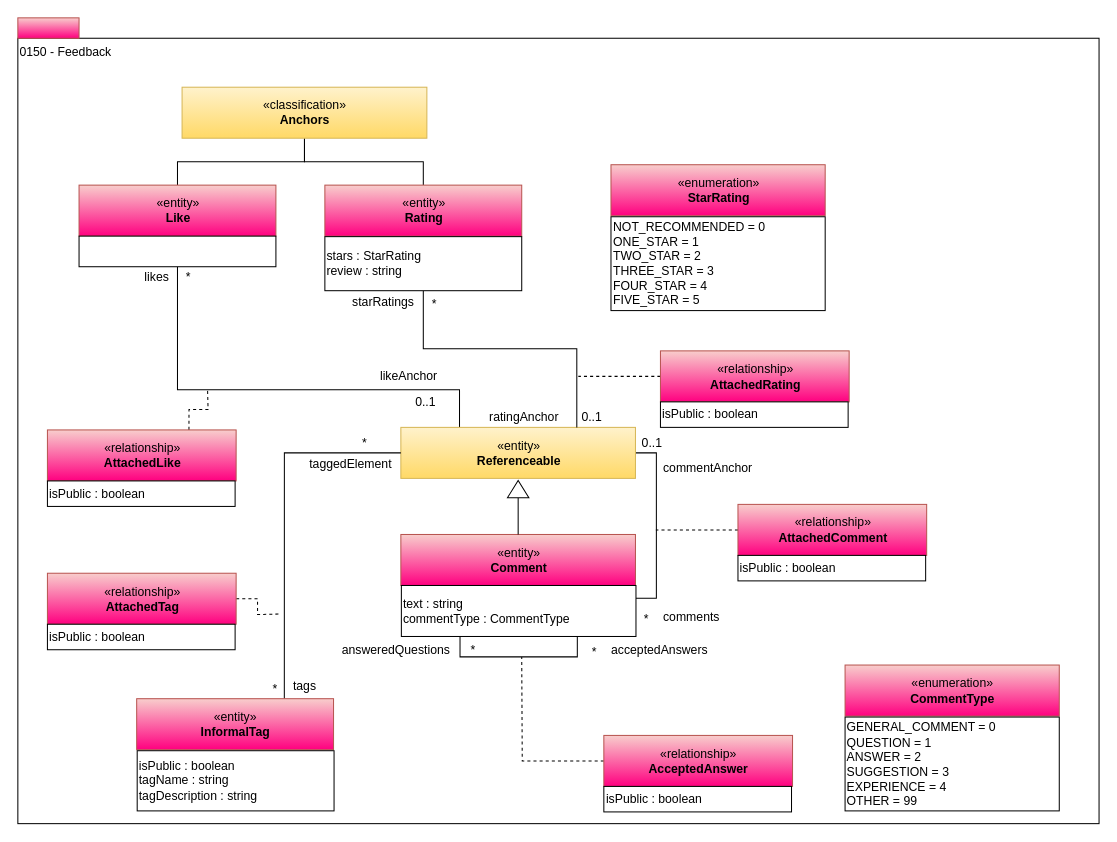
Earlier version of the draw.io diagram page "0150-Feedback" (11 of 13) of open-metadata-publication/website/open-metadata-types/area-1-collaboration.drawio (odpi/egeria). Source tidied: cells renumbered, new cells numbered last; positions are measured from the earlier drawing's top-left corner, leaving out a move shared by most shapes. Both pictures are drawn from the tidied source at 102%, with x=0, y=0 at pixel (17, 17).
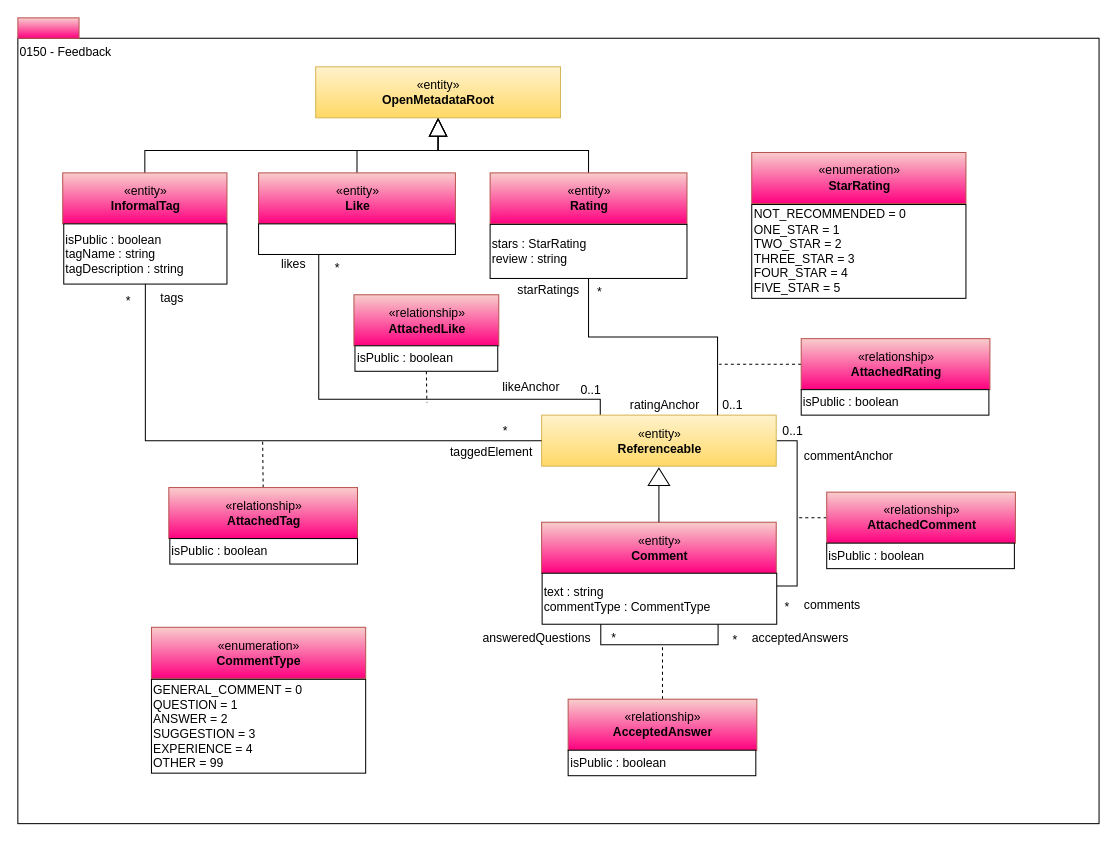
Above is the later version.

Change to the diagram source:
```diff
@@
     <mxCell id="3" value="«entity»&lt;br&gt;&lt;b&gt;Comment&lt;/b&gt;" style="html=1;strokeColor=#b85450;align=center;fillColor=#f8cecc;gradientColor=#FF0080;" parent="1" vertex="1">
-      <mxGeometry x="375.5" y="506.5" width="230" height="50" as="geometry" />
+      <mxGeometry x="513.5" y="494.5" width="230" height="50" as="geometry" />
     </mxCell>
@@
     <mxCell id="6" value="text : string&lt;br&gt;commentType : CommentType" style="rounded=0;whiteSpace=wrap;html=1;align=left;" parent="1" vertex="1">
-      <mxGeometry x="376" y="556.5" width="230" height="50" as="geometry" />
+      <mxGeometry x="514" y="544.5" width="230" height="50" as="geometry" />
     </mxCell>
@@
     <mxCell id="8" style="triangle;whiteSpace=wrap;html=1;strokeColor=#000000;gradientColor=#ffffff;align=center;rotation=-90;" parent="1" vertex="1">
-      <mxGeometry x="482" y="451.5" width="17" height="21" as="geometry" />
+      <mxGeometry x="620" y="439.5" width="17" height="21" as="geometry" />
     </mxCell>
-    <mxCell id="9" style="edgeStyle=orthogonalEdgeStyle;rounded=0;jettySize=auto;html=1;exitX=0.5;exitY=0;exitDx=0;exitDy=0;endArrow=none;endFill=0;" parent="1" edge="1" source="10" target="61">
-      <mxGeometry relative="1" as="geometry" />
-    </mxCell>
+    <mxCell id="62" style="edgeStyle=orthogonalEdgeStyle;rounded=0;jettySize=auto;html=1;exitX=0.5;exitY=0;exitDx=0;exitDy=0;entryX=0.5;entryY=1;entryDx=0;entryDy=0;endArrow=block;endFill=0;endSize=16;" parent="1" edge="1" source="10" target="65">
+      <mxGeometry relative="1" as="geometry" />
+    </mxCell>
     <mxCell id="10" value="«entity»&lt;br&gt;&lt;b&gt;Like&lt;/b&gt;" style="html=1;strokeColor=#b85450;align=center;fillColor=#f8cecc;gradientColor=#FF0080;" parent="1" vertex="1">
-      <mxGeometry x="60" y="164" width="193" height="50" as="geometry" />
+      <mxGeometry x="236" y="152" width="193" height="50" as="geometry" />
     </mxCell>
     <mxCell id="11" style="edgeStyle=orthogonalEdgeStyle;rounded=0;html=1;exitX=0.5;exitY=1;entryX=0.25;entryY=0;endArrow=none;endFill=0;jettySize=auto;" parent="1" edge="1" source="12" target="17">
       <mxGeometry relative="1" as="geometry">
         <Array as="points">
-          <mxPoint x="156" y="364.5" />
-          <mxPoint x="433" y="364.5" />
+          <mxPoint x="295" y="374" />
+          <mxPoint x="571" y="374" />
         </Array>
       </mxGeometry>
     </mxCell>
     <mxCell id="12" style="rounded=0;whiteSpace=wrap;html=1;align=left;" parent="1" vertex="1">
-      <mxGeometry x="60" y="214" width="193" height="30" as="geometry" />
+      <mxGeometry x="236" y="202" width="193" height="30" as="geometry" />
     </mxCell>
     <mxCell id="13" style="edgeStyle=orthogonalEdgeStyle;rounded=0;html=1;exitX=0;exitY=0.5;endArrow=none;endFill=0;jettySize=auto;dashed=1;" parent="1" edge="1" source="14">
       <mxGeometry relative="1" as="geometry">
-        <mxPoint x="625.5" y="502" as="targetPoint" />
+        <mxPoint x="763.5" y="490" as="targetPoint" />
       </mxGeometry>
     </mxCell>
     <mxCell id="14" value="«relationship»&lt;br&gt;&lt;b&gt;AttachedComment&lt;/b&gt;" style="html=1;strokeColor=#b85450;align=center;fillColor=#f8cecc;gradientColor=#FF0080;" parent="1" vertex="1">
-      <mxGeometry x="706" y="477" width="185" height="50" as="geometry" />
+      <mxGeometry x="793" y="465" width="185" height="50" as="geometry" />
     </mxCell>
     <mxCell id="15" value="*" style="text;html=1;align=center;verticalAlign=top;spacingTop=-4;" parent="1" vertex="1">
-      <mxGeometry x="605.5" y="579.5" width="20" height="20" as="geometry" />
+      <mxGeometry x="743.5" y="567.5" width="20" height="20" as="geometry" />
     </mxCell>
     <mxCell id="16" value="*" style="text;html=1;align=center;verticalAlign=top;spacingTop=-4;" parent="1" vertex="1">
-      <mxGeometry x="397.5" y="271" width="20" height="20" as="geometry" />
+      <mxGeometry x="559.5" y="259" width="20" height="20" as="geometry" />
     </mxCell>
     <mxCell id="17" value="«entity»&lt;br&gt;&lt;b&gt;Referenceable&lt;/b&gt;" style="html=1;strokeColor=#d6b656;align=center;fillColor=#fff2cc;gradientColor=#ffd966;" parent="1" vertex="1">
-      <mxGeometry x="375.5" y="401.5" width="230" height="50" as="geometry" />
+      <mxGeometry x="513.5" y="389.5" width="230" height="50" as="geometry" />
     </mxCell>
     <mxCell id="18" value="isPublic : boolean" style="rounded=0;whiteSpace=wrap;html=1;strokeColor=#000000;gradientColor=#ffffff;align=left;" parent="1" vertex="1">
-      <mxGeometry x="706" y="527" width="184" height="25" as="geometry" />
+      <mxGeometry x="793" y="515" width="184" height="25" as="geometry" />
     </mxCell>
     <mxCell id="19" value="starRatings" style="text;html=1;align=center;verticalAlign=top;spacingTop=-4;" parent="1" vertex="1">
-      <mxGeometry x="317.5" y="269" width="80" height="20" as="geometry" />
+      <mxGeometry x="479.5" y="257" width="80" height="20" as="geometry" />
     </mxCell>
     <mxCell id="20" value="comments" style="text;html=1;align=left;verticalAlign=top;spacingTop=-4;" parent="1" vertex="1">
-      <mxGeometry x="631" y="577.5" width="70" height="20" as="geometry" />
+      <mxGeometry x="769" y="565.5" width="70" height="20" as="geometry" />
     </mxCell>
     <mxCell id="21" value="«enumeration»&lt;br&gt;&lt;span&gt;&lt;b&gt;CommentType&lt;/b&gt;&lt;/span&gt;&lt;br&gt;" style="html=1;strokeColor=#b85450;align=center;fillColor=#f8cecc;gradientColor=#FF0080;" parent="1" vertex="1">
-      <mxGeometry x="811" y="634.5" width="210" height="50" as="geometry" />
+      <mxGeometry x="131" y="597.5" width="210" height="50" as="geometry" />
     </mxCell>
     <mxCell id="22" value="&lt;div style=&quot;text-align: left&quot;&gt;GENERAL_COMMENT = 0&lt;/div&gt;&lt;div style=&quot;text-align: left&quot;&gt;QUESTION = 1&lt;/div&gt;&lt;div style=&quot;text-align: left&quot;&gt;ANSWER = 2&lt;/div&gt;&lt;div style=&quot;text-align: left&quot;&gt;SUGGESTION = 3&lt;/div&gt;&lt;div style=&quot;text-align: left&quot;&gt;&lt;span&gt;EXPERIENCE = 4&lt;/span&gt;&lt;/div&gt;&lt;div style=&quot;text-align: left&quot;&gt;&lt;span&gt;OTHER = 99&lt;/span&gt;&lt;br&gt;&lt;/div&gt;" style="rounded=0;whiteSpace=wrap;html=1;strokeColor=#000000;gradientColor=#ffffff;align=left;" parent="1" vertex="1">
-      <mxGeometry x="811" y="685.5" width="210" height="92" as="geometry" />
+      <mxGeometry x="131" y="648.5" width="210" height="92" as="geometry" />
     </mxCell>
     <mxCell id="23" value="«enumeration»&lt;br&gt;&lt;span&gt;&lt;b&gt;StarRating&lt;/b&gt;&lt;/span&gt;&lt;br&gt;" style="html=1;strokeColor=#b85450;align=center;fillColor=#f8cecc;gradientColor=#FF0080;" parent="1" vertex="1">
-      <mxGeometry x="581.5" y="144" width="210" height="50" as="geometry" />
+      <mxGeometry x="719.5" y="132" width="210" height="50" as="geometry" />
     </mxCell>
     <mxCell id="24" value="&lt;div style=&quot;text-align: left&quot;&gt;NOT_RECOMMENDED = 0&lt;/div&gt;&lt;div style=&quot;text-align: left&quot;&gt;ONE_STAR = 1&lt;/div&gt;&lt;div style=&quot;text-align: left&quot;&gt;TWO_STAR = 2&lt;/div&gt;&lt;div style=&quot;text-align: left&quot;&gt;THREE_STAR = 3&lt;/div&gt;&lt;div style=&quot;text-align: left&quot;&gt;&lt;span&gt;FOUR_STAR = 4&lt;/span&gt;&lt;/div&gt;&lt;div style=&quot;text-align: left&quot;&gt;&lt;span&gt;FIVE_STAR = 5&lt;/span&gt;&lt;br&gt;&lt;/div&gt;" style="rounded=0;whiteSpace=wrap;html=1;strokeColor=#000000;gradientColor=#ffffff;align=left;" parent="1" vertex="1">
-      <mxGeometry x="581.5" y="195" width="210" height="92" as="geometry" />
+      <mxGeometry x="719.5" y="183" width="210" height="92" as="geometry" />
     </mxCell>
     <mxCell id="25" value="0..1" style="text;html=1;align=left;verticalAlign=top;spacingTop=-4;" parent="1" vertex="1">
-      <mxGeometry x="610" y="406.5" width="40" height="20" as="geometry" />
+      <mxGeometry x="748" y="394.5" width="40" height="20" as="geometry" />
     </mxCell>
     <mxCell id="26" value="commentAnchor" style="text;html=1;align=left;verticalAlign=top;spacingTop=-4;" parent="1" vertex="1">
-      <mxGeometry x="631" y="431.5" width="100" height="20" as="geometry" />
+      <mxGeometry x="769" y="419.5" width="100" height="20" as="geometry" />
     </mxCell>
     <mxCell id="27" style="edgeStyle=orthogonalEdgeStyle;rounded=0;html=1;exitX=0;exitY=0.5;endArrow=none;endFill=0;jettySize=auto;dashed=1;" parent="1" edge="1" source="28">
       <mxGeometry relative="1" as="geometry">
-        <mxPoint x="549.5" y="351.5" as="targetPoint" />
+        <mxPoint x="687.5" y="339.5" as="targetPoint" />
       </mxGeometry>
     </mxCell>
     <mxCell id="28" value="«relationship»&lt;br&gt;&lt;b&gt;AttachedRating&lt;/b&gt;" style="html=1;strokeColor=#b85450;align=center;fillColor=#f8cecc;gradientColor=#FF0080;" parent="1" vertex="1">
-      <mxGeometry x="630" y="326.5" width="185" height="50" as="geometry" />
+      <mxGeometry x="768" y="314.5" width="185" height="50" as="geometry" />
     </mxCell>
     <mxCell id="29" value="&lt;span&gt;isPublic : boolean&lt;/span&gt;" style="rounded=0;whiteSpace=wrap;html=1;strokeColor=#000000;gradientColor=#ffffff;align=left;" parent="1" vertex="1">
-      <mxGeometry x="630" y="376.5" width="184" height="25" as="geometry" />
+      <mxGeometry x="768" y="364.5" width="184" height="25" as="geometry" />
     </mxCell>
-    <mxCell id="30" style="edgeStyle=orthogonalEdgeStyle;rounded=0;html=1;exitX=0.75;exitY=0;endArrow=none;endFill=0;jettySize=auto;dashed=1;" parent="1" edge="1" source="31">
+    <mxCell id="30" style="edgeStyle=orthogonalEdgeStyle;rounded=0;html=1;exitX=0.5;exitY=1;endArrow=none;endFill=0;jettySize=auto;dashed=1;exitDx=0;exitDy=0;" parent="1" edge="1" source="32">
       <mxGeometry relative="1" as="geometry">
-        <mxPoint x="186" y="364.5" as="targetPoint" />
+        <mxPoint x="401" y="377" as="targetPoint" />
       </mxGeometry>
     </mxCell>
     <mxCell id="31" value="«relationship»&lt;br&gt;&lt;b&gt;AttachedLike&lt;/b&gt;" style="html=1;strokeColor=#b85450;align=center;fillColor=#f8cecc;gradientColor=#FF0080;" parent="1" vertex="1">
-      <mxGeometry x="29" y="404" width="185" height="50" as="geometry" />
+      <mxGeometry x="329.5" y="271.5" width="142" height="50" as="geometry" />
     </mxCell>
     <mxCell id="32" value="&lt;span&gt;isPublic : boolean&lt;/span&gt;" style="rounded=0;whiteSpace=wrap;html=1;strokeColor=#000000;gradientColor=#ffffff;align=left;" parent="1" vertex="1">
-      <mxGeometry x="29" y="454" width="184" height="25" as="geometry" />
+      <mxGeometry x="330.5" y="321.5" width="140" height="25" as="geometry" />
     </mxCell>
-    <mxCell id="33" style="edgeStyle=orthogonalEdgeStyle;rounded=0;html=1;exitX=1;exitY=0.5;endArrow=none;endFill=0;jettySize=auto;dashed=1;" parent="1" edge="1" source="34">
+    <mxCell id="33" style="edgeStyle=orthogonalEdgeStyle;rounded=0;html=1;exitX=0.5;exitY=0;endArrow=none;endFill=0;jettySize=auto;dashed=1;exitDx=0;exitDy=0;" parent="1" edge="1" source="34">
       <mxGeometry relative="1" as="geometry">
-        <mxPoint x="256" y="584.5" as="targetPoint" />
+        <mxPoint x="240" y="414" as="targetPoint" />
       </mxGeometry>
     </mxCell>
     <mxCell id="34" value="«relationship»&lt;br&gt;&lt;b&gt;AttachedTag&lt;/b&gt;" style="html=1;strokeColor=#b85450;align=center;fillColor=#f8cecc;gradientColor=#FF0080;" parent="1" vertex="1">
-      <mxGeometry x="29" y="544.5" width="185" height="50" as="geometry" />
+      <mxGeometry x="148" y="460.5" width="185" height="50" as="geometry" />
     </mxCell>
     <mxCell id="35" value="&lt;span&gt;isPublic : boolean&lt;/span&gt;" style="rounded=0;whiteSpace=wrap;html=1;strokeColor=#000000;gradientColor=#ffffff;align=left;" parent="1" vertex="1">
-      <mxGeometry x="29" y="594.5" width="184" height="25" as="geometry" />
+      <mxGeometry x="149" y="510.5" width="184" height="25" as="geometry" />
     </mxCell>
-    <mxCell id="36" style="edgeStyle=orthogonalEdgeStyle;rounded=0;jettySize=auto;html=1;exitX=0.5;exitY=0;exitDx=0;exitDy=0;endArrow=none;endFill=0;" parent="1" edge="1" source="37" target="61">
-      <mxGeometry relative="1" as="geometry" />
-    </mxCell>
+    <mxCell id="63" style="edgeStyle=orthogonalEdgeStyle;rounded=0;jettySize=auto;html=1;entryX=0.5;entryY=1;entryDx=0;entryDy=0;endArrow=block;endFill=0;endSize=16;" parent="1" edge="1" source="37" target="65">
+      <mxGeometry relative="1" as="geometry" />
+    </mxCell>
     <mxCell id="37" value="«entity»&lt;br&gt;&lt;b&gt;Rating&lt;/b&gt;" style="html=1;strokeColor=#b85450;align=center;fillColor=#f8cecc;gradientColor=#FF0080;" parent="1" vertex="1">
-      <mxGeometry x="301" y="164" width="193" height="50" as="geometry" />
+      <mxGeometry x="463" y="152" width="193" height="50" as="geometry" />
     </mxCell>
     <mxCell id="38" style="edgeStyle=orthogonalEdgeStyle;rounded=0;html=1;exitX=0.5;exitY=1;entryX=0.75;entryY=0;endArrow=none;endFill=0;jettySize=auto;" parent="1" edge="1" source="39" target="17">
       <mxGeometry relative="1" as="geometry">
         <Array as="points">
-          <mxPoint x="398" y="324.5" />
-          <mxPoint x="548" y="324.5" />
+          <mxPoint x="560" y="313" />
+          <mxPoint x="686" y="313" />
         </Array>
       </mxGeometry>
     </mxCell>
     <mxCell id="39" value="stars : StarRating&lt;br&gt;review : string" style="rounded=0;whiteSpace=wrap;html=1;align=left;" parent="1" vertex="1">
-      <mxGeometry x="301" y="214.5" width="193" height="53" as="geometry" />
+      <mxGeometry x="463" y="202.5" width="193" height="53" as="geometry" />
     </mxCell>
     <mxCell id="40" value="ratingAnchor" style="text;html=1;align=center;verticalAlign=top;spacingTop=-4;" parent="1" vertex="1">
-      <mxGeometry x="456" y="381.5" width="80" height="20" as="geometry" />
+      <mxGeometry x="594" y="369.5" width="80" height="20" as="geometry" />
     </mxCell>
     <mxCell id="41" value="likeAnchor" style="text;html=1;align=center;verticalAlign=top;spacingTop=-4;" parent="1" vertex="1">
-      <mxGeometry x="347.5" y="341.5" width="70" height="20" as="geometry" />
+      <mxGeometry x="468" y="352" width="70" height="20" as="geometry" />
     </mxCell>
     <mxCell id="42" value="*" style="text;html=1;align=center;verticalAlign=top;spacingTop=-4;" parent="1" vertex="1">
-      <mxGeometry x="242" y="647.5" width="20" height="20" as="geometry" />
+      <mxGeometry x="98" y="268" width="20" height="20" as="geometry" />
     </mxCell>
     <mxCell id="43" value="tags" style="text;html=1;align=center;verticalAlign=top;spacingTop=-4;" parent="1" vertex="1">
-      <mxGeometry x="261" y="644.5" width="40" height="20" as="geometry" />
+      <mxGeometry x="131" y="265" width="40" height="20" as="geometry" />
     </mxCell>
-    <mxCell id="44" style="edgeStyle=orthogonalEdgeStyle;rounded=0;html=1;exitX=0.75;exitY=0;entryX=0;entryY=0.5;endArrow=none;endFill=0;jettySize=auto;" parent="1" edge="1" source="45" target="17">
+    <mxCell id="44" style="edgeStyle=orthogonalEdgeStyle;rounded=0;html=1;exitX=0.5;exitY=1;entryX=0;entryY=0.5;endArrow=none;endFill=0;jettySize=auto;exitDx=0;exitDy=0;" parent="1" edge="1" source="46" target="17">
       <mxGeometry relative="1" as="geometry" />
     </mxCell>
+    <mxCell id="64" style="edgeStyle=orthogonalEdgeStyle;rounded=0;jettySize=auto;html=1;exitX=0.5;exitY=0;exitDx=0;exitDy=0;entryX=0.5;entryY=1;entryDx=0;entryDy=0;endArrow=block;endFill=0;endSize=16;" parent="1" edge="1" source="45" target="65">
+      <mxGeometry relative="1" as="geometry" />
+    </mxCell>
     <mxCell id="45" value="«entity»&lt;br&gt;&lt;b&gt;InformalTag&lt;/b&gt;" style="html=1;strokeColor=#b85450;align=center;fillColor=#f8cecc;gradientColor=#FF0080;" parent="1" vertex="1">
-      <mxGeometry x="116.5" y="667.5" width="193" height="50" as="geometry" />
+      <mxGeometry x="44" y="152" width="161" height="50" as="geometry" />
     </mxCell>
     <mxCell id="46" value="isPublic : boolean&lt;br&gt;tagName : string&lt;br&gt;tagDescription : string&lt;br&gt;" style="rounded=0;whiteSpace=wrap;html=1;align=left;" parent="1" vertex="1">
-      <mxGeometry x="117" y="718.5" width="193" height="59" as="geometry" />
+      <mxGeometry x="45" y="202" width="160" height="59" as="geometry" />
     </mxCell>
     <mxCell id="47" value="likes" style="text;html=1;align=center;verticalAlign=top;spacingTop=-4;" parent="1" vertex="1">
-      <mxGeometry x="116" y="244" width="40" height="20" as="geometry" />
+      <mxGeometry x="250" y="232" width="40" height="20" as="geometry" />
     </mxCell>
     <mxCell id="48" value="*" style="text;html=1;align=center;verticalAlign=top;spacingTop=-4;" parent="1" vertex="1">
-      <mxGeometry x="156.5" y="244" width="20" height="20" as="geometry" />
+      <mxGeometry x="303" y="235.5" width="20" height="20" as="geometry" />
     </mxCell>
     <mxCell id="49" value="taggedElement" style="text;html=1;align=center;verticalAlign=top;spacingTop=-4;" parent="1" vertex="1">
-      <mxGeometry x="276" y="428" width="100" height="20" as="geometry" />
+      <mxGeometry x="414" y="416" width="100" height="20" as="geometry" />
     </mxCell>
     <mxCell id="50" value="*" style="text;html=1;align=left;verticalAlign=top;spacingTop=-4;" parent="1" vertex="1">
-      <mxGeometry x="335.5" y="406.5" width="20" height="20" as="geometry" />
+      <mxGeometry x="473.5" y="394.5" width="20" height="20" as="geometry" />
     </mxCell>
     <mxCell id="51" value="0..1" style="text;html=1;align=left;verticalAlign=top;spacingTop=-4;" parent="1" vertex="1">
-      <mxGeometry x="387.5" y="366.5" width="40" height="20" as="geometry" />
+      <mxGeometry x="549.5" y="354.5" width="40" height="20" as="geometry" />
     </mxCell>
     <mxCell id="52" value="0..1" style="text;html=1;align=left;verticalAlign=top;spacingTop=-4;" parent="1" vertex="1">
-      <mxGeometry x="550.5" y="381.5" width="40" height="20" as="geometry" />
+      <mxGeometry x="688.5" y="369.5" width="40" height="20" as="geometry" />
     </mxCell>
@@
     <mxCell id="54" value="*" style="text;html=1;align=center;verticalAlign=top;spacingTop=-4;" parent="1" vertex="1">
-      <mxGeometry x="554.5" y="612" width="20" height="20" as="geometry" />
+      <mxGeometry x="692.5" y="600" width="20" height="20" as="geometry" />
     </mxCell>
     <mxCell id="55" value="acceptedAnswers" style="text;html=1;align=left;verticalAlign=top;spacingTop=-4;" parent="1" vertex="1">
-      <mxGeometry x="580" y="610" width="110" height="20" as="geometry" />
+      <mxGeometry x="718" y="598" width="110" height="20" as="geometry" />
     </mxCell>
     <mxCell id="56" value="*" style="text;html=1;align=center;verticalAlign=top;spacingTop=-4;" parent="1" vertex="1">
-      <mxGeometry x="436" y="609.5" width="20" height="20" as="geometry" />
+      <mxGeometry x="574" y="597.5" width="20" height="20" as="geometry" />
     </mxCell>
     <mxCell id="57" value="answeredQuestions" style="text;html=1;align=left;verticalAlign=top;spacingTop=-4;" parent="1" vertex="1">
-      <mxGeometry x="315.5" y="610" width="120" height="20" as="geometry" />
+      <mxGeometry x="453.5" y="598" width="120" height="20" as="geometry" />
     </mxCell>
-    <mxCell id="58" style="edgeStyle=orthogonalEdgeStyle;rounded=0;html=1;exitX=0;exitY=0.5;endArrow=none;endFill=0;jettySize=auto;dashed=1;" parent="1" edge="1" source="59">
+    <mxCell id="58" style="edgeStyle=orthogonalEdgeStyle;rounded=0;html=1;endArrow=none;endFill=0;jettySize=auto;dashed=1;" parent="1" edge="1" source="59">
       <mxGeometry relative="1" as="geometry">
-        <mxPoint x="494" y="626.5" as="targetPoint" />
+        <mxPoint x="632" y="614.5" as="targetPoint" />
       </mxGeometry>
     </mxCell>
     <mxCell id="59" value="«relationship»&lt;br&gt;&lt;b&gt;AcceptedAnswer&lt;/b&gt;" style="html=1;strokeColor=#b85450;align=center;fillColor=#f8cecc;gradientColor=#FF0080;" parent="1" vertex="1">
-      <mxGeometry x="574.5" y="703.5" width="185" height="50" as="geometry" />
+      <mxGeometry x="539.5" y="668" width="185" height="50" as="geometry" />
     </mxCell>
     <mxCell id="60" value="&lt;span&gt;isPublic : boolean&lt;/span&gt;" style="rounded=0;whiteSpace=wrap;html=1;strokeColor=#000000;gradientColor=#ffffff;align=left;" parent="1" vertex="1">
-      <mxGeometry x="574.5" y="753.5" width="184" height="25" as="geometry" />
+      <mxGeometry x="539.5" y="718" width="184" height="25" as="geometry" />
     </mxCell>
-    <mxCell id="61" value="«classification»&lt;br&gt;&lt;b&gt;Anchors&lt;/b&gt;" style="html=1;strokeColor=#d6b656;align=center;fillColor=#fff2cc;gradientColor=#ffd966;" parent="1" vertex="1">
-      <mxGeometry x="161" y="68" width="240" height="50" as="geometry" />
-    </mxCell>
+    <mxCell id="65" value="«entity»&lt;br&gt;&lt;b&gt;OpenMetadataRoot&lt;/b&gt;" style="html=1;strokeColor=#d6b656;align=center;fillColor=#fff2cc;gradientColor=#ffd966;" parent="1" vertex="1">
+      <mxGeometry x="292" y="48" width="240" height="50" as="geometry" />
+    </mxCell>
```
